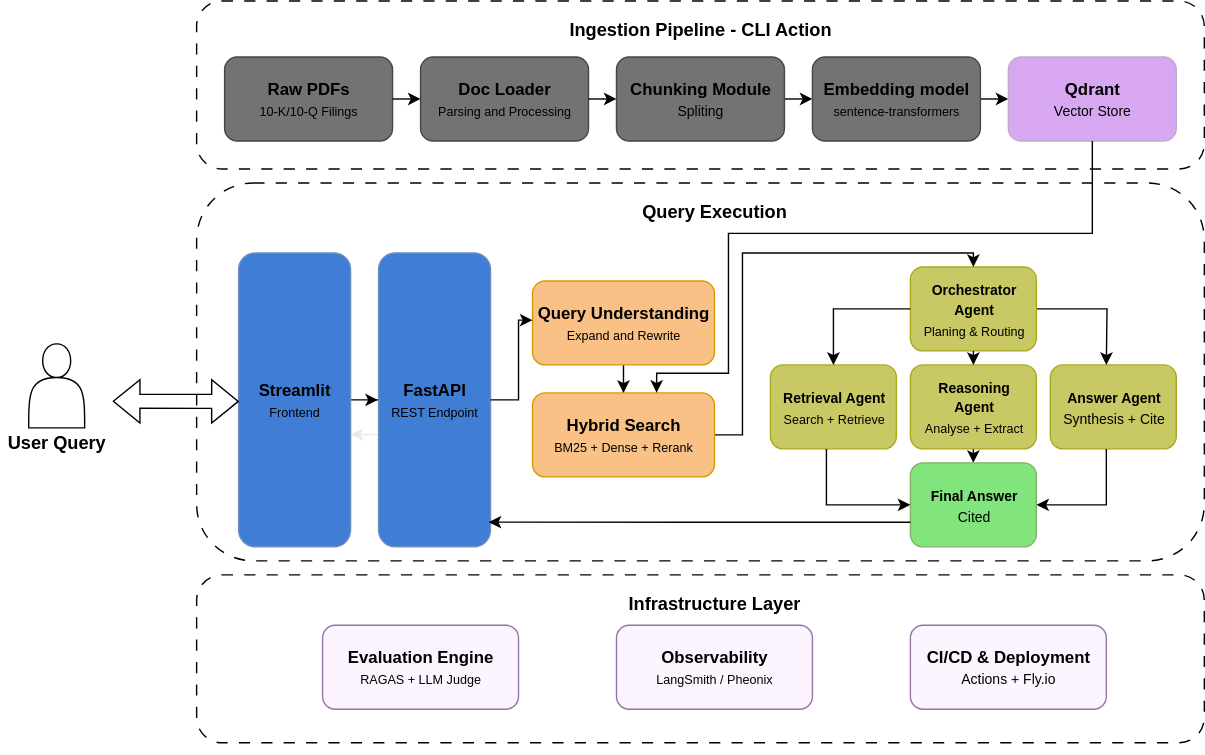
mohammedOwaiskh/documind keeps this draw.io diagram as docs/system-architecture.svg. Above is the earlier version. Source tidied: cells renumbered, new cells last; positions are measured from the earlier drawing's top-left corner, leaving out a move shared by most shapes.
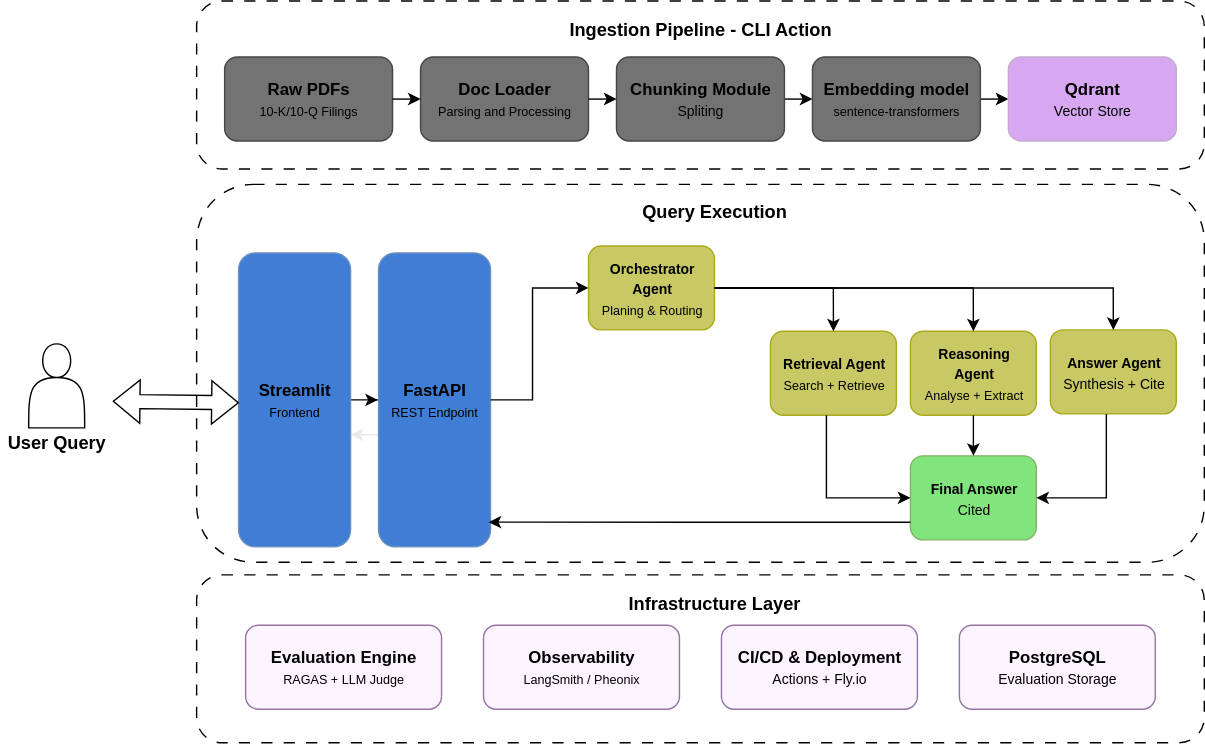
After the commit.

Commit message:
Update architecture and diagram

Change to the diagram source:
```diff
@@ -72,19 +72,14 @@
       <mxGeometry x="5" y="15" width="110" height="30" as="geometry" />
     </mxCell>
     <mxCell id="22" style="rounded=1;whiteSpace=wrap;html=1;dashed=1;dashPattern=8 8;fillColor=none;strokeColor=default;fontColor=default;perimeterSpacing=0;" parent="1" vertex="1">
-      <mxGeometry x="140" y="130" width="720" height="270" as="geometry" />
+      <mxGeometry x="140" y="131" width="720" height="270" as="geometry" />
     </mxCell>
     <mxCell id="23" style="rounded=1;whiteSpace=wrap;html=1;dashed=1;dashPattern=8 8;fillColor=none;strokeColor=default;fontColor=default;" parent="1" vertex="1">
       <mxGeometry x="140" y="410" width="720" height="120" as="geometry" />
     </mxCell>
     <mxCell id="24" style="group;fontColor=default;" parent="1" vertex="1">
-      <mxGeometry x="650" y="260" width="90" height="60" as="geometry" />
+      <mxGeometry x="650" y="236" width="90" height="60" as="geometry" />
     </mxCell>
-    <mxCell id="25" style="edgeStyle=orthogonalEdgeStyle;rounded=0;jettySize=auto;html=1;exitX=0.5;exitY=1;exitDx=0;exitDy=0;strokeColor=default;fontColor=default;" parent="24" edge="1" source="26">
-      <mxGeometry relative="1" as="geometry">
-        <mxPoint x="45" y="70" as="targetPoint" />
-      </mxGeometry>
-    </mxCell>
     <mxCell id="26" style="rounded=1;whiteSpace=wrap;html=1;fillColor=light-dark(#c8c864, #474747);strokeColor=light-dark(#aaaa1e, #ededed);fontColor=default;" parent="24" vertex="1">
       <mxGeometry width="90" height="60" as="geometry" />
     </mxCell>
@@ -92,7 +87,7 @@
       <mxGeometry x="4.7" y="15" width="80.5" height="30" as="geometry" />
     </mxCell>
     <mxCell id="28" style="group;fillColor=none;fontColor=default;" parent="1" vertex="1">
-      <mxGeometry x="750" y="260" width="90" height="60" as="geometry" />
+      <mxGeometry x="750" y="235" width="90" height="60" as="geometry" />
     </mxCell>
     <mxCell id="29" style="rounded=1;whiteSpace=wrap;html=1;fillColor=light-dark(#c8c864, #474747);strokeColor=light-dark(#aaaa1e, #ededed);fontColor=default;" parent="28" vertex="1">
       <mxGeometry width="90" height="60" as="geometry" />
@@ -101,7 +96,7 @@
       <mxGeometry x="4.7" y="15" width="80.5" height="30" as="geometry" />
     </mxCell>
     <mxCell id="31" style="group;fillColor=none;fontColor=default;" parent="1" vertex="1">
-      <mxGeometry x="550" y="260" width="90" height="60" as="geometry" />
+      <mxGeometry x="550" y="236" width="90" height="60" as="geometry" />
     </mxCell>
     <mxCell id="32" style="rounded=1;whiteSpace=wrap;html=1;fillColor=light-dark(#c8c864, #474747);strokeColor=light-dark(#aaaa1e, #ededed);fontColor=default;" parent="31" vertex="1">
       <mxGeometry width="90" height="60" as="geometry" />
@@ -110,13 +105,8 @@
       <mxGeometry x="4.7" y="15" width="80.5" height="30" as="geometry" />
     </mxCell>
     <mxCell id="34" style="group;fontColor=default;" parent="1" vertex="1">
-      <mxGeometry x="650" y="190" width="90" height="60" as="geometry" />
+      <mxGeometry x="420" y="175" width="90" height="60" as="geometry" />
     </mxCell>
-    <mxCell id="35" style="edgeStyle=orthogonalEdgeStyle;rounded=0;jettySize=auto;html=1;exitX=1;exitY=0.5;exitDx=0;exitDy=0;strokeColor=default;fontColor=default;" parent="34" edge="1" source="36">
-      <mxGeometry relative="1" as="geometry">
-        <mxPoint x="140" y="70" as="targetPoint" />
-      </mxGeometry>
-    </mxCell>
     <mxCell id="36" style="rounded=1;whiteSpace=wrap;html=1;fillColor=light-dark(#c8c864, #474747);strokeColor=light-dark(#aaaa1e, #ededed);fontColor=default;" parent="34" vertex="1">
       <mxGeometry width="90" height="60" as="geometry" />
     </mxCell>
@@ -132,14 +122,8 @@
     <mxCell id="40" value="&lt;b&gt;&lt;font&gt;FastAPI&lt;/font&gt;&lt;/b&gt;&lt;div&gt;&lt;font style=&quot;font-size: 9px;&quot;&gt;REST Endpoint&lt;/font&gt;&lt;/div&gt;" style="rounded=1;whiteSpace=wrap;html=1;fillColor=light-dark(#407dd4, #1d293b);strokeColor=#6c8ebf;fontColor=default;" parent="1" vertex="1">
       <mxGeometry x="270" y="180" width="80" height="210" as="geometry" />
     </mxCell>
-    <mxCell id="41" style="edgeStyle=orthogonalEdgeStyle;rounded=0;jettySize=auto;html=1;strokeColor=default;fontColor=default;" parent="1" edge="1" source="36" target="32">
-      <mxGeometry relative="1" as="geometry" />
-    </mxCell>
-    <mxCell id="42" style="edgeStyle=orthogonalEdgeStyle;rounded=0;jettySize=auto;html=1;exitX=0.5;exitY=1;exitDx=0;exitDy=0;entryX=0.5;entryY=0;entryDx=0;entryDy=0;strokeColor=default;fontColor=default;" parent="1" edge="1" source="36" target="26">
-      <mxGeometry relative="1" as="geometry" />
-    </mxCell>
     <mxCell id="43" style="group;fontColor=default;" parent="1" vertex="1">
-      <mxGeometry x="650" y="330" width="90" height="60" as="geometry" />
+      <mxGeometry x="650" y="325" width="90" height="60" as="geometry" />
     </mxCell>
     <mxCell id="44" style="rounded=1;whiteSpace=wrap;html=1;fillColor=light-dark(#81e47c, #1f2f1e);strokeColor=#82b366;fontColor=default;" parent="43" vertex="1">
       <mxGeometry width="90" height="60" as="geometry" />
@@ -150,14 +134,14 @@
     <mxCell id="46" style="edgeStyle=orthogonalEdgeStyle;rounded=0;jettySize=auto;html=1;entryX=0;entryY=0.5;entryDx=0;entryDy=0;strokeColor=default;fontColor=default;" parent="1" edge="1" source="32" target="44">
       <mxGeometry relative="1" as="geometry">
         <Array as="points">
-          <mxPoint x="590" y="360" />
+          <mxPoint x="590" y="355" />
         </Array>
       </mxGeometry>
     </mxCell>
     <mxCell id="47" style="edgeStyle=orthogonalEdgeStyle;rounded=0;jettySize=auto;html=1;entryX=1;entryY=0.5;entryDx=0;entryDy=0;strokeColor=default;fontColor=default;" parent="1" edge="1" source="29" target="44">
       <mxGeometry relative="1" as="geometry">
         <Array as="points">
-          <mxPoint x="790" y="360" />
+          <mxPoint x="790" y="355" />
         </Array>
       </mxGeometry>
     </mxCell>
@@ -168,26 +152,13 @@
         </Array>
       </mxGeometry>
     </mxCell>
-    <mxCell id="49" style="edgeStyle=orthogonalEdgeStyle;rounded=0;jettySize=auto;html=1;strokeColor=default;fontColor=default;" parent="1" edge="1" source="50" target="52">
-      <mxGeometry relative="1" as="geometry" />
-    </mxCell>
-    <mxCell id="50" value="&lt;b&gt;Query Understanding&lt;/b&gt;&lt;br&gt;&lt;font style=&quot;font-size: 9px;&quot;&gt;Expand and Rewrite&lt;/font&gt;" style="rounded=1;whiteSpace=wrap;html=1;fillColor=light-dark(#f9c185, #36210a);strokeColor=#d79b00;fontColor=default;" parent="1" vertex="1">
-      <mxGeometry x="380" y="200" width="130" height="60" as="geometry" />
-    </mxCell>
-    <mxCell id="51" style="edgeStyle=orthogonalEdgeStyle;rounded=0;jettySize=auto;html=1;entryX=0.5;entryY=0;entryDx=0;entryDy=0;strokeColor=default;fontColor=default;" parent="1" edge="1" source="52" target="36">
-      <mxGeometry relative="1" as="geometry">
-        <Array as="points">
-          <mxPoint x="530" y="310" />
-          <mxPoint x="530" y="180" />
-          <mxPoint x="695" y="180" />
-        </Array>
-      </mxGeometry>
-    </mxCell>
-    <mxCell id="52" value="&lt;b&gt;Hybrid Search&lt;/b&gt;&lt;br&gt;&lt;font style=&quot;font-size: 9px;&quot;&gt;BM25 + Dense + Rerank&lt;/font&gt;" style="rounded=1;whiteSpace=wrap;html=1;fillColor=light-dark(#f9c185, #36210a);strokeColor=#d79b00;fontColor=default;" parent="1" vertex="1">
-      <mxGeometry x="380" y="280" width="130" height="60" as="geometry" />
-    </mxCell>
-    <mxCell id="53" style="edgeStyle=orthogonalEdgeStyle;rounded=0;jettySize=auto;html=1;exitX=1;exitY=0.5;exitDx=0;exitDy=0;entryX=0;entryY=0.467;entryDx=0;entryDy=0;entryPerimeter=0;strokeColor=default;fontColor=default;" parent="1" edge="1" source="40" target="50">
-      <mxGeometry relative="1" as="geometry" />
+    <mxCell id="53" style="edgeStyle=orthogonalEdgeStyle;rounded=0;jettySize=auto;html=1;exitX=1;exitY=0.5;exitDx=0;exitDy=0;entryX=0;entryY=0.5;entryDx=0;entryDy=0;strokeColor=default;fontColor=default;" parent="1" edge="1" source="40" target="36">
+      <mxGeometry relative="1" as="geometry">
+        <Array as="points">
+          <mxPoint x="380" y="285" />
+          <mxPoint x="380" y="205" />
+        </Array>
+      </mxGeometry>
     </mxCell>
     <mxCell id="54" style="edgeStyle=orthogonalEdgeStyle;rounded=0;orthogonalLoop=1;jettySize=auto;html=1;exitX=0.5;exitY=1;exitDx=0;exitDy=0;fontColor=default;" parent="1" edge="1" source="23" target="23">
       <mxGeometry relative="1" as="geometry" />
@@ -207,13 +178,13 @@
       <mxGeometry x="410" y="420" width="200" height="20" as="geometry" />
     </mxCell>
     <mxCell id="59" value="&lt;b&gt;Evaluation Engine&lt;/b&gt;&lt;br&gt;&lt;font style=&quot;font-size: 9px;&quot;&gt;RAGAS + LLM Judge&lt;/font&gt;" style="rounded=1;whiteSpace=wrap;html=1;fillColor=light-dark(#fcf5ff, #392f3f);strokeColor=#9673a6;" parent="1" vertex="1">
-      <mxGeometry x="230" y="446" width="140" height="60" as="geometry" />
+      <mxGeometry x="175" y="446" width="140" height="60" as="geometry" />
     </mxCell>
     <mxCell id="60" value="&lt;b&gt;Observability&lt;/b&gt;&lt;br&gt;&lt;font style=&quot;font-size: 9px;&quot;&gt;LangSmith / Pheonix&lt;/font&gt;" style="rounded=1;whiteSpace=wrap;html=1;fillColor=light-dark(#fcf5ff, #392f3f);strokeColor=#9673a6;" parent="1" vertex="1">
-      <mxGeometry x="440" y="446" width="140" height="60" as="geometry" />
+      <mxGeometry x="345" y="446" width="140" height="60" as="geometry" />
     </mxCell>
-    <mxCell id="61" value="&lt;b&gt;CI/CD &amp;amp; Deployment&lt;/b&gt;&lt;br&gt;&lt;font size=&quot;1&quot;&gt;Actions + Fly.io&lt;/font&gt;" style="rounded=1;whiteSpace=wrap;html=1;fillColor=light-dark(#fcf5ff, #392f3f);strokeColor=#9673a6;" parent="1" vertex="1">
-      <mxGeometry x="650" y="446" width="140" height="60" as="geometry" />
+    <mxCell id="61" value="&lt;b&gt;PostgreSQL&lt;/b&gt;&lt;br&gt;&lt;font size=&quot;1&quot;&gt;Evaluation Storage&lt;/font&gt;" style="rounded=1;whiteSpace=wrap;html=1;fillColor=light-dark(#fcf5ff, #392f3f);strokeColor=#9673a6;" parent="1" vertex="1">
+      <mxGeometry x="685" y="446" width="140" height="60" as="geometry" />
     </mxCell>
     <mxCell id="62" style="shape=flexArrow;endArrow=classic;startArrow=classic;html=1;rounded=0;entryX=0.042;entryY=0.578;entryDx=0;entryDy=0;entryPerimeter=0;" parent="1" edge="1" target="22">
       <mxGeometry relative="1" as="geometry">
@@ -229,15 +200,20 @@
     <mxCell id="65" value="User Query" style="text;html=1;align=center;verticalAlign=middle;whiteSpace=wrap;rounded=0;fontStyle=1;fontSize=13;fontColor=default;strokeColor=none;" parent="63" vertex="1">
       <mxGeometry y="60" width="80" height="20" as="geometry" />
     </mxCell>
-    <mxCell id="66" style="edgeStyle=orthogonalEdgeStyle;rounded=0;jettySize=auto;html=1;exitX=0.5;exitY=1;exitDx=0;exitDy=0;entryX=0.682;entryY=-0.002;entryDx=0;entryDy=0;entryPerimeter=0;" parent="1" edge="1" source="20" target="52">
-      <mxGeometry relative="1" as="geometry">
-        <Array as="points">
-          <mxPoint x="780" y="166" />
-          <mxPoint x="520" y="166" />
-          <mxPoint x="520" y="266" />
-          <mxPoint x="469" y="266" />
-        </Array>
-      </mxGeometry>
-    </mxCell>
+    <mxCell id="67" value="&lt;b&gt;CI/CD &amp;amp; Deployment&lt;/b&gt;&lt;br&gt;&lt;font size=&quot;1&quot;&gt;Actions + Fly.io&lt;/font&gt;" style="rounded=1;whiteSpace=wrap;html=1;fillColor=light-dark(#fcf5ff, #392f3f);strokeColor=#9673a6;" parent="1" vertex="1">
+      <mxGeometry x="515" y="446" width="140" height="60" as="geometry" />
+    </mxCell>
+    <mxCell id="25" style="edgeStyle=orthogonalEdgeStyle;rounded=0;jettySize=auto;html=1;exitX=0.5;exitY=1;exitDx=0;exitDy=0;strokeColor=default;fontColor=default;entryX=0.5;entryY=0;entryDx=0;entryDy=0;" parent="1" edge="1" source="26" target="44">
+      <mxGeometry relative="1" as="geometry" />
+    </mxCell>
+    <mxCell id="42" style="edgeStyle=orthogonalEdgeStyle;rounded=0;jettySize=auto;html=1;entryX=0.5;entryY=0;entryDx=0;entryDy=0;" parent="1" edge="1" source="36" target="26">
+      <mxGeometry relative="1" as="geometry" />
+    </mxCell>
+    <mxCell id="68" style="edgeStyle=orthogonalEdgeStyle;rounded=0;jettySize=auto;html=1;entryX=0.5;entryY=0;entryDx=0;entryDy=0;" parent="1" edge="1" source="36" target="29">
+      <mxGeometry relative="1" as="geometry" />
+    </mxCell>
+    <mxCell id="41" style="edgeStyle=orthogonalEdgeStyle;rounded=0;jettySize=auto;html=1;entryX=0.5;entryY=0;entryDx=0;entryDy=0;" parent="1" edge="1" source="36" target="32">
+      <mxGeometry relative="1" as="geometry" />
+    </mxCell>
   </root>
 </mxGraphModel>
```
